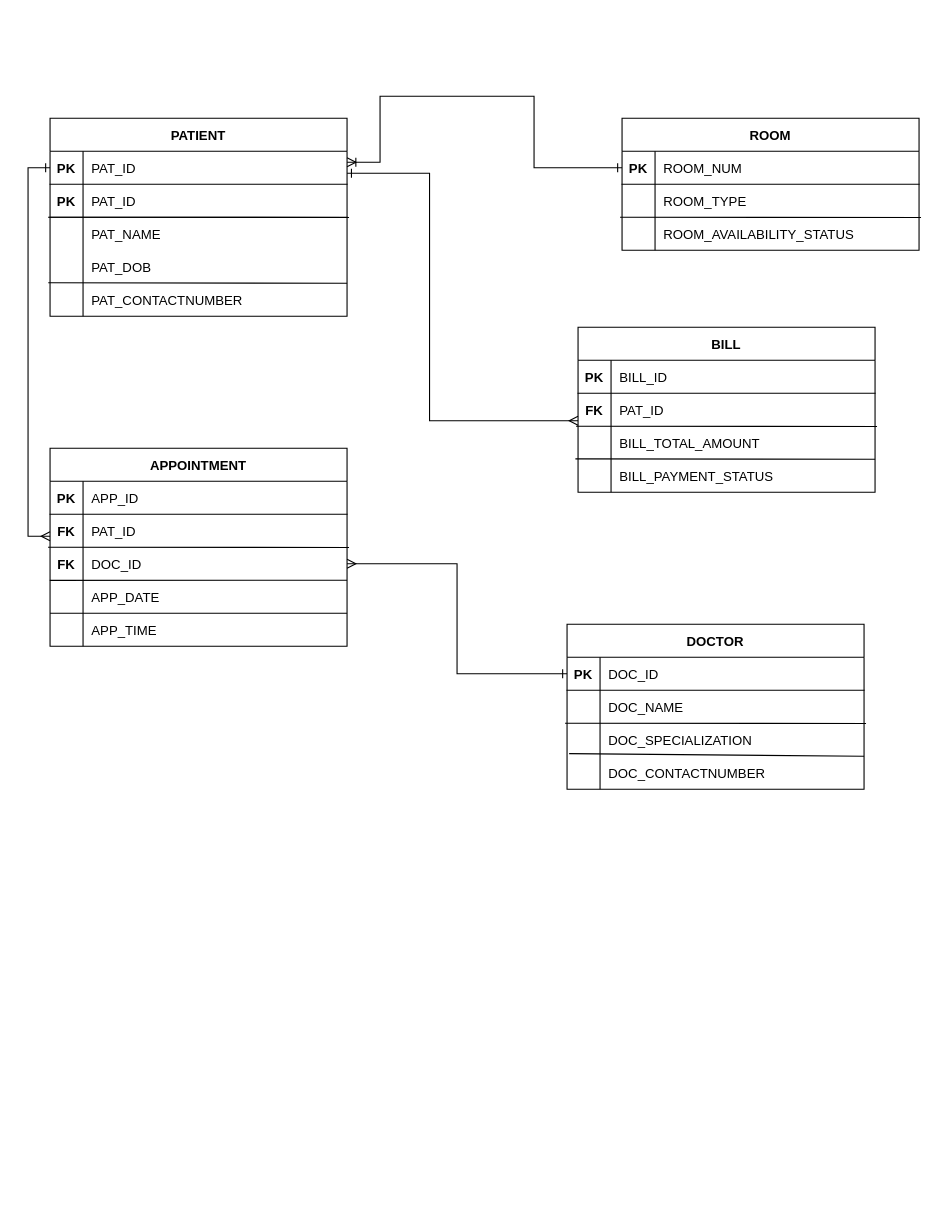
The draw.io diagram Untitled Diagram.drawio in jraldGITHUB/IT26A_BACO, before the edit. Source tidied: cells renumbered, new cells numbered last; positions are measured from the earlier drawing's top-left corner, leaving out a move shared by most shapes. Both pictures are drawn from the tidied source at 110%, with x=0, y=0 at pixel (47, 96).
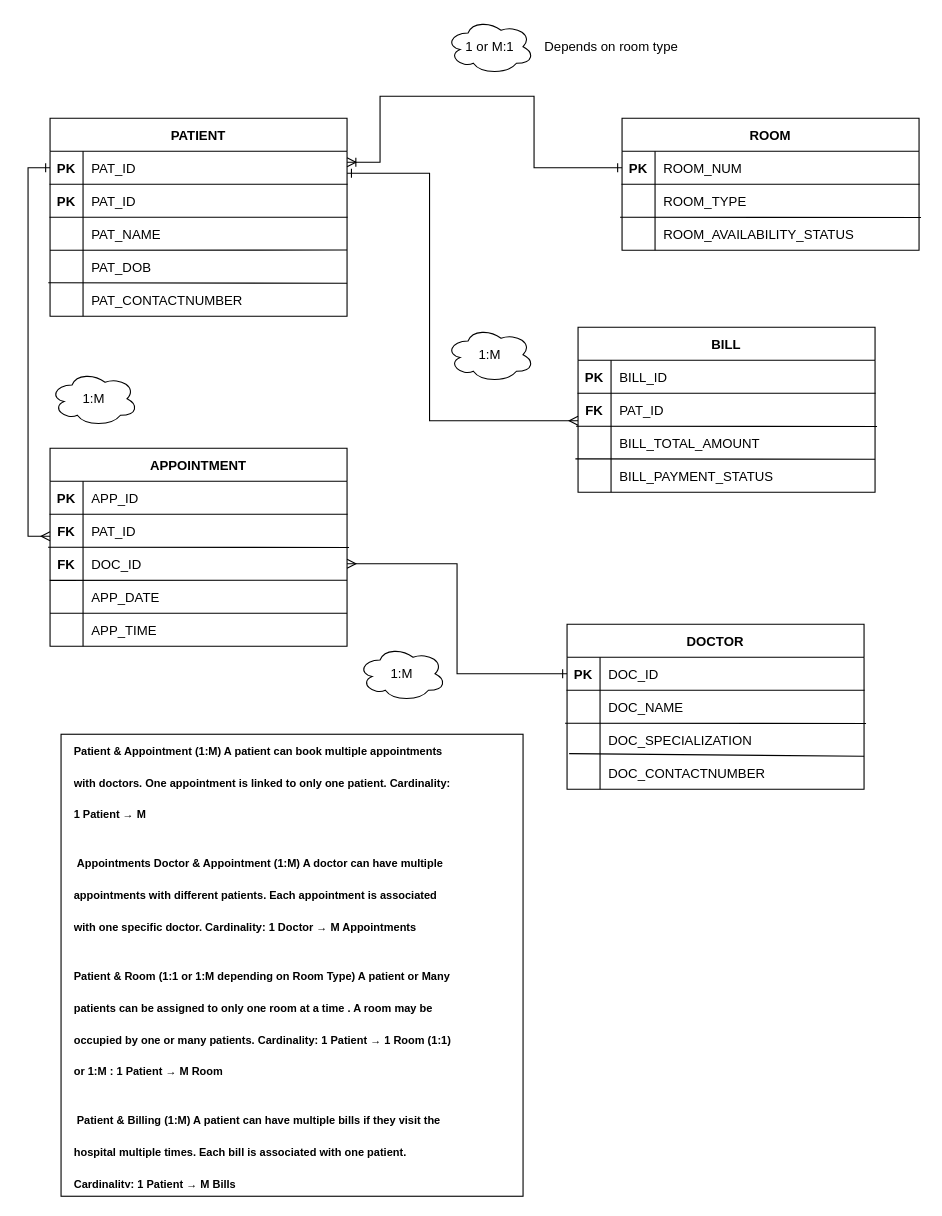
The same diagram, later.

Commit message:
BACO midterm Exercise

Unchanged cells that the change refers to:
```xml
<mxCell id="2" value="PATIENT" style="shape=table;startSize=30;childLayout=tableLayout;rowLines=0;fontStyle=1;align=center;" parent="1" vertex="1">
  <mxGeometry x="2" y="20" width="270" height="180" as="geometry" />
</mxCell>
<mxCell id="13" style="shape=partialRectangle;fillColor=none;points=[[0,0.5],[1,0.5]];portConstraint=eastwest;top=0;left=0;right=0;bottom=0;" parent="2" vertex="1">
  <mxGeometry y="120" width="270" height="30" as="geometry" />
</mxCell>
```

What changed in the source:
```diff
@@
-    <mxCell id="12" style="endArrow=none;html=1;rounded=0;entryX=1.006;entryY=-0.003;entryDx=0;entryDy=0;entryPerimeter=0;exitX=-0.007;exitY=-0.01;exitDx=0;exitDy=0;exitPerimeter=0;" parent="2" edge="1">
+    <mxCell id="12" style="endArrow=none;html=1;rounded=0;entryX=1;entryY=-0.007;entryDx=0;entryDy=0;entryPerimeter=0;exitX=-0.007;exitY=-0.01;exitDx=0;exitDy=0;exitPerimeter=0;" parent="2" edge="1" target="13">
       <mxGeometry relative="1" as="geometry">
-        <mxPoint x="-1.8" y="90" as="sourcePoint" />
-        <mxPoint x="271.8" y="90.2" as="targetPoint" />
+        <mxPoint y="120" as="sourcePoint" />
       </mxGeometry>
     </mxCell>
@@
+    <mxCell id="84" style="whiteSpace=wrap;html=1;" parent="1" vertex="1">
+      <mxGeometry x="12" y="580" width="420" height="420" as="geometry" />
+    </mxCell>
+    <mxCell id="85" value="&lt;h1 style=&quot;margin-top: 0px;&quot;&gt;&lt;font size=&quot;1&quot;&gt;Patient &amp;amp; Appointment (1:M) A patient can book multiple appointments with doctors. One appointment is linked to only one patient. Cardinality: 1 Patient → M&lt;/font&gt;&lt;/h1&gt;&lt;h1 style=&quot;margin-top: 0px;&quot;&gt;&lt;font size=&quot;1&quot;&gt;&amp;nbsp;Appointments Doctor &amp;amp; Appointment (1:M) A doctor can have multiple appointments with different patients. Each appointment is associated with one specific doctor. Cardinality: 1 Doctor → M Appointments&amp;nbsp;&lt;/font&gt;&lt;/h1&gt;&lt;h1 style=&quot;margin-top: 0px;&quot;&gt;&lt;font size=&quot;1&quot;&gt;Patient &amp;amp; Room (1:1 or 1:M depending on Room Type) A patient or Many patients can be assigned to only one room at a time . A room may be&amp;nbsp; occupied by one or many patients. Cardinality: 1 Patient → 1 Room (1:1) or 1:M :&amp;nbsp;&lt;/font&gt;&lt;span style=&quot;font-size: x-small; background-color: transparent; color: light-dark(rgb(0, 0, 0), rgb(255, 255, 255));&quot;&gt;1 Patient → M Room&lt;/span&gt;&lt;/h1&gt;&lt;h1 style=&quot;margin-top: 0px;&quot;&gt;&lt;font size=&quot;1&quot;&gt;&amp;nbsp;Patient &amp;amp; Billing (1:M) A patient can have multiple bills if they visit the hospital multiple times. Each bill is associated with one patient. Cardinality: 1 Patient → M Bills&lt;/font&gt;&lt;/h1&gt;" style="text;html=1;whiteSpace=wrap;overflow=hidden;rounded=0;" parent="1" vertex="1">
+      <mxGeometry x="22" y="570" width="350" height="420" as="geometry" />
+    </mxCell>
+    <mxCell id="86" value="1 or M:1" style="ellipse;shape=cloud;whiteSpace=wrap;html=1;" parent="1" vertex="1">
+      <mxGeometry x="362" y="-70" width="80" height="50" as="geometry" />
+    </mxCell>
+    <mxCell id="87" value="1:M" style="ellipse;shape=cloud;whiteSpace=wrap;html=1;" parent="1" vertex="1">
+      <mxGeometry x="362" y="210" width="80" height="50" as="geometry" />
+    </mxCell>
+    <mxCell id="88" value="Depends on room type" style="text;html=1;align=center;verticalAlign=middle;strokeColor=none;fillColor=none;" parent="1" vertex="1">
+      <mxGeometry x="442" y="-60" width="140" height="30" as="geometry" />
+    </mxCell>
+    <mxCell id="89" value="1:M" style="ellipse;shape=cloud;whiteSpace=wrap;html=1;" parent="1" vertex="1">
+      <mxGeometry x="282" y="500" width="80" height="50" as="geometry" />
+    </mxCell>
+    <mxCell id="90" value="1:M" style="ellipse;shape=cloud;whiteSpace=wrap;html=1;" parent="1" vertex="1">
+      <mxGeometry x="2" y="250" width="80" height="50" as="geometry" />
+    </mxCell>
```
